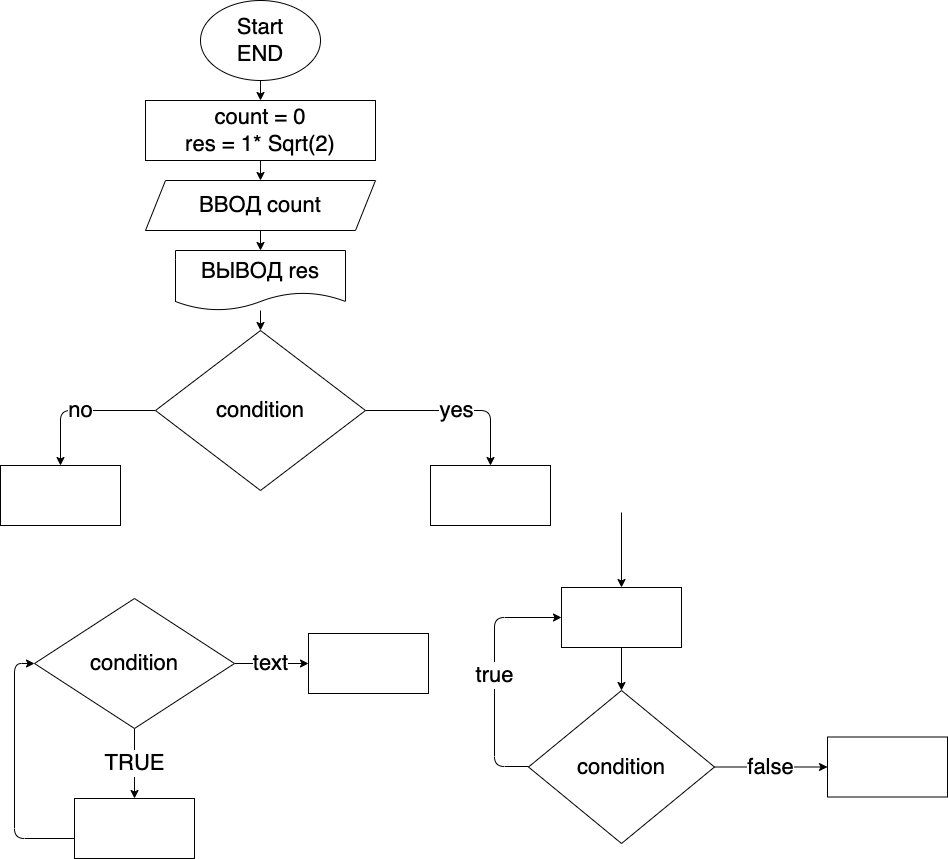
The draw.io diagram ex000.drawio.png in DiNorva/practice_temp, before a commit. Source tidied: cells renumbered, new cells last; positions are measured from the earlier drawing's top-left corner, leaving out a move shared by most shapes. The source it was exported from:
```xml
<mxGraphModel>
  <root>
    <mxCell id="0" />
    <mxCell id="1" parent="0" />
    <mxCell id="2" style="edgeStyle=none;html=1;exitX=0.5;exitY=1;exitDx=0;exitDy=0;entryX=0.5;entryY=0;entryDx=0;entryDy=0;fontSize=22;" parent="1" edge="1" source="3" target="5">
      <mxGeometry relative="1" as="geometry" />
    </mxCell>
    <mxCell id="3" value="Start&lt;br&gt;END" style="ellipse;whiteSpace=wrap;html=1;fontSize=22;" parent="1" vertex="1">
      <mxGeometry x="200" width="120" height="80" as="geometry" />
    </mxCell>
    <mxCell id="4" style="edgeStyle=none;html=1;exitX=0.5;exitY=1;exitDx=0;exitDy=0;entryX=0.5;entryY=0;entryDx=0;entryDy=0;fontSize=22;" parent="1" edge="1" source="5" target="7">
      <mxGeometry relative="1" as="geometry" />
    </mxCell>
    <mxCell id="5" value="count = 0&lt;br&gt;res = 1* Sqrt(2)" style="rounded=0;whiteSpace=wrap;html=1;fontSize=22;" parent="1" vertex="1">
      <mxGeometry x="145" y="100" width="230" height="60" as="geometry" />
    </mxCell>
    <mxCell id="6" style="edgeStyle=none;html=1;fontSize=22;" parent="1" edge="1" source="7" target="9">
      <mxGeometry relative="1" as="geometry" />
    </mxCell>
    <mxCell id="7" value="ВВОД count" style="shape=parallelogram;perimeter=parallelogramPerimeter;whiteSpace=wrap;html=1;fixedSize=1;fontSize=22;" parent="1" vertex="1">
      <mxGeometry x="145" y="180" width="230" height="50" as="geometry" />
    </mxCell>
    <mxCell id="8" style="edgeStyle=none;html=1;fontSize=22;" parent="1" edge="1" source="9" target="12">
      <mxGeometry relative="1" as="geometry" />
    </mxCell>
    <mxCell id="9" value="ВЫВОД res" style="shape=document;whiteSpace=wrap;html=1;boundedLbl=1;fontSize=22;" parent="1" vertex="1">
      <mxGeometry x="175" y="250" width="170" height="60" as="geometry" />
    </mxCell>
    <mxCell id="10" value="yes" style="edgeStyle=none;html=1;fontSize=22;" parent="1" edge="1" source="12" target="13">
      <mxGeometry relative="1" as="geometry">
        <Array as="points">
          <mxPoint x="490" y="410" />
        </Array>
      </mxGeometry>
    </mxCell>
    <mxCell id="11" value="no" style="edgeStyle=none;html=1;fontSize=22;" parent="1" edge="1" source="12" target="14">
      <mxGeometry relative="1" as="geometry">
        <Array as="points">
          <mxPoint x="60" y="410" />
        </Array>
      </mxGeometry>
    </mxCell>
    <mxCell id="12" value="condition" style="rhombus;whiteSpace=wrap;html=1;fontSize=22;" parent="1" vertex="1">
      <mxGeometry x="155" y="330" width="210" height="160" as="geometry" />
    </mxCell>
    <mxCell id="13" style="whiteSpace=wrap;html=1;fontSize=22;" parent="1" vertex="1">
      <mxGeometry x="430" y="465" width="120" height="60" as="geometry" />
    </mxCell>
    <mxCell id="14" style="whiteSpace=wrap;html=1;fontSize=22;" parent="1" vertex="1">
      <mxGeometry y="465" width="120" height="60" as="geometry" />
    </mxCell>
    <mxCell id="15" value="TRUE" style="edgeStyle=none;html=1;fontSize=22;" parent="1" edge="1" source="17" target="18">
      <mxGeometry relative="1" as="geometry" />
    </mxCell>
    <mxCell id="16" value="text" style="edgeStyle=none;html=1;fontSize=22;" parent="1" edge="1" source="17" target="26">
      <mxGeometry relative="1" as="geometry" />
    </mxCell>
    <mxCell id="17" value="condition" style="rhombus;whiteSpace=wrap;html=1;fontSize=22;" parent="1" vertex="1">
      <mxGeometry x="34" y="598" width="200" height="130" as="geometry" />
    </mxCell>
    <mxCell id="18" style="whiteSpace=wrap;html=1;fontSize=22;" parent="1" vertex="1">
      <mxGeometry x="74" y="798" width="120" height="60" as="geometry" />
    </mxCell>
    <mxCell id="19" style="endArrow=classic;html=1;fontSize=22;entryX=0;entryY=0.5;entryDx=0;entryDy=0;" parent="1" edge="1" target="17">
      <mxGeometry relative="1" as="geometry">
        <mxPoint x="74" y="838" as="sourcePoint" />
        <Array as="points">
          <mxPoint x="14" y="838" />
          <mxPoint x="14" y="663" />
        </Array>
      </mxGeometry>
    </mxCell>
    <mxCell id="20" style="edgeStyle=none;html=1;fontSize=22;" parent="1" edge="1" source="21" target="24">
      <mxGeometry relative="1" as="geometry" />
    </mxCell>
    <mxCell id="21" style="rounded=0;whiteSpace=wrap;html=1;fontSize=22;" parent="1" vertex="1">
      <mxGeometry x="561" y="587" width="120" height="60" as="geometry" />
    </mxCell>
    <mxCell id="22" style="endArrow=classic;html=1;fontSize=22;entryX=0.5;entryY=0;entryDx=0;entryDy=0;" parent="1" edge="1" target="21">
      <mxGeometry relative="1" as="geometry">
        <mxPoint x="621" y="512" as="sourcePoint" />
      </mxGeometry>
    </mxCell>
    <mxCell id="23" value="false" style="edgeStyle=none;html=1;fontSize=22;" parent="1" edge="1" source="24" target="27">
      <mxGeometry relative="1" as="geometry" />
    </mxCell>
    <mxCell id="24" value="condition" style="rhombus;whiteSpace=wrap;html=1;fontSize=22;rounded=0;" parent="1" vertex="1">
      <mxGeometry x="528" y="690" width="186" height="153" as="geometry" />
    </mxCell>
    <mxCell id="25" value="true" style="endArrow=classic;html=1;fontSize=22;entryX=0;entryY=0.5;entryDx=0;entryDy=0;" parent="1" edge="1" target="21">
      <mxGeometry relative="1" as="geometry">
        <mxPoint x="528" y="766" as="sourcePoint" />
        <Array as="points">
          <mxPoint x="494" y="766" />
          <mxPoint x="494" y="617" />
        </Array>
      </mxGeometry>
    </mxCell>
    <mxCell id="26" style="whiteSpace=wrap;html=1;fontSize=22;" parent="1" vertex="1">
      <mxGeometry x="308" y="633" width="120" height="60" as="geometry" />
    </mxCell>
    <mxCell id="27" style="whiteSpace=wrap;html=1;fontSize=22;rounded=0;" parent="1" vertex="1">
      <mxGeometry x="827" y="736.5" width="120" height="60" as="geometry" />
    </mxCell>
  </root>
</mxGraphModel>
```
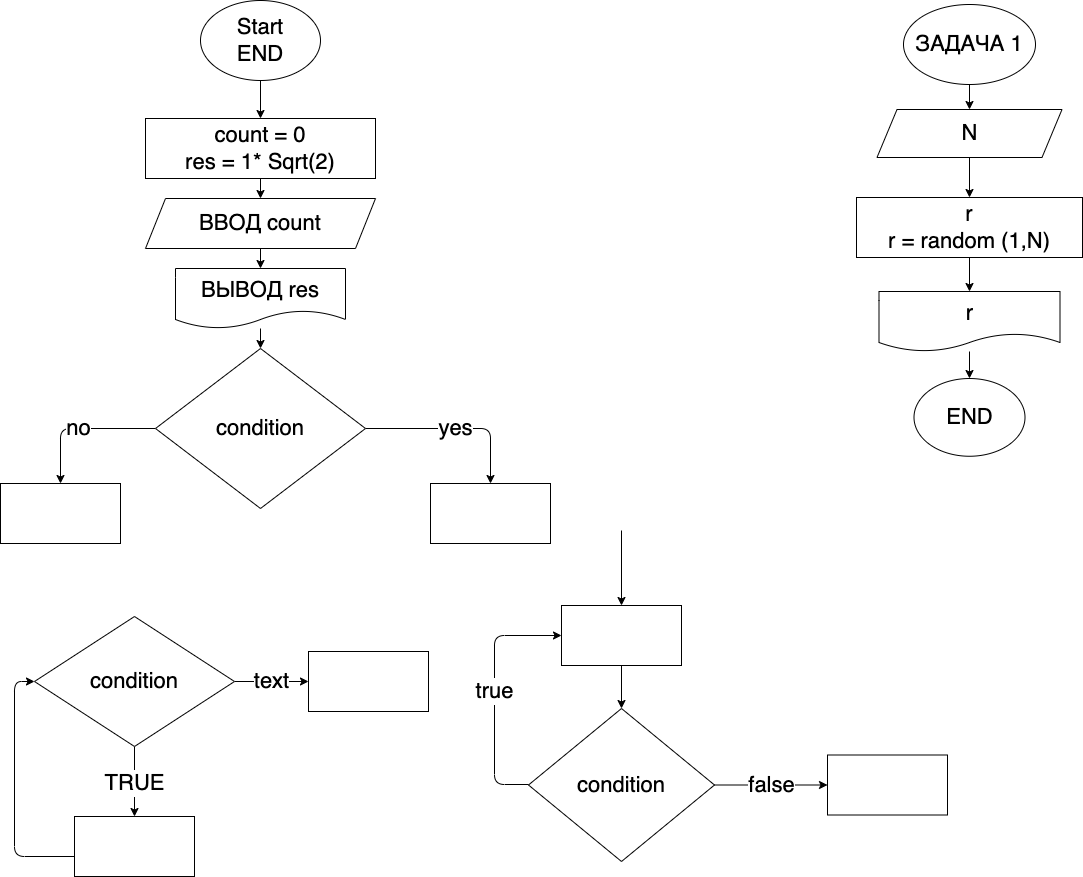
Above is the later version.

Change to the diagram source:
```diff
@@ -6,7 +6,7 @@
       <mxGeometry relative="1" as="geometry" />
     </mxCell>
     <mxCell id="3" value="Start&lt;br&gt;END" style="ellipse;whiteSpace=wrap;html=1;fontSize=22;" parent="1" vertex="1">
-      <mxGeometry x="200" width="120" height="80" as="geometry" />
+      <mxGeometry x="200" y="-18" width="120" height="80" as="geometry" />
     </mxCell>
     <mxCell id="4" style="edgeStyle=none;html=1;exitX=0.5;exitY=1;exitDx=0;exitDy=0;entryX=0.5;entryY=0;entryDx=0;entryDy=0;fontSize=22;" parent="1" edge="1" source="5" target="7">
       <mxGeometry relative="1" as="geometry" />
@@ -102,5 +102,32 @@
     <mxCell id="27" style="whiteSpace=wrap;html=1;fontSize=22;rounded=0;" parent="1" vertex="1">
       <mxGeometry x="827" y="736.5" width="120" height="60" as="geometry" />
     </mxCell>
+    <mxCell id="28" style="edgeStyle=none;html=1;fontSize=22;" parent="1" edge="1" source="29" target="31">
+      <mxGeometry relative="1" as="geometry" />
+    </mxCell>
+    <mxCell id="29" value="ЗАДАЧА 1" style="ellipse;whiteSpace=wrap;html=1;fontSize=22;" parent="1" vertex="1">
+      <mxGeometry x="903" y="-14" width="132" height="80" as="geometry" />
+    </mxCell>
+    <mxCell id="30" style="edgeStyle=none;html=1;fontSize=22;" parent="1" edge="1" source="31" target="33">
+      <mxGeometry relative="1" as="geometry" />
+    </mxCell>
+    <mxCell id="31" value="N" style="shape=parallelogram;perimeter=parallelogramPerimeter;whiteSpace=wrap;html=1;fixedSize=1;fontSize=22;" parent="1" vertex="1">
+      <mxGeometry x="876.5" y="91" width="185" height="48" as="geometry" />
+    </mxCell>
+    <mxCell id="32" style="edgeStyle=none;html=1;fontSize=22;" parent="1" edge="1" source="33" target="35">
+      <mxGeometry relative="1" as="geometry" />
+    </mxCell>
+    <mxCell id="33" value="r&lt;br&gt;r = random (1,N)" style="whiteSpace=wrap;html=1;fontSize=22;" parent="1" vertex="1">
+      <mxGeometry x="856" y="179" width="226" height="60" as="geometry" />
+    </mxCell>
+    <mxCell id="34" style="edgeStyle=none;html=1;fontSize=22;" parent="1" edge="1" source="35" target="36">
+      <mxGeometry relative="1" as="geometry" />
+    </mxCell>
+    <mxCell id="35" value="r" style="shape=document;whiteSpace=wrap;html=1;boundedLbl=1;fontSize=22;" parent="1" vertex="1">
+      <mxGeometry x="878.5" y="273" width="181" height="60" as="geometry" />
+    </mxCell>
+    <mxCell id="36" value="END" style="ellipse;whiteSpace=wrap;html=1;fontSize=22;" parent="1" vertex="1">
+      <mxGeometry x="913.5" y="360" width="111" height="77.8" as="geometry" />
+    </mxCell>
   </root>
 </mxGraphModel>
```
